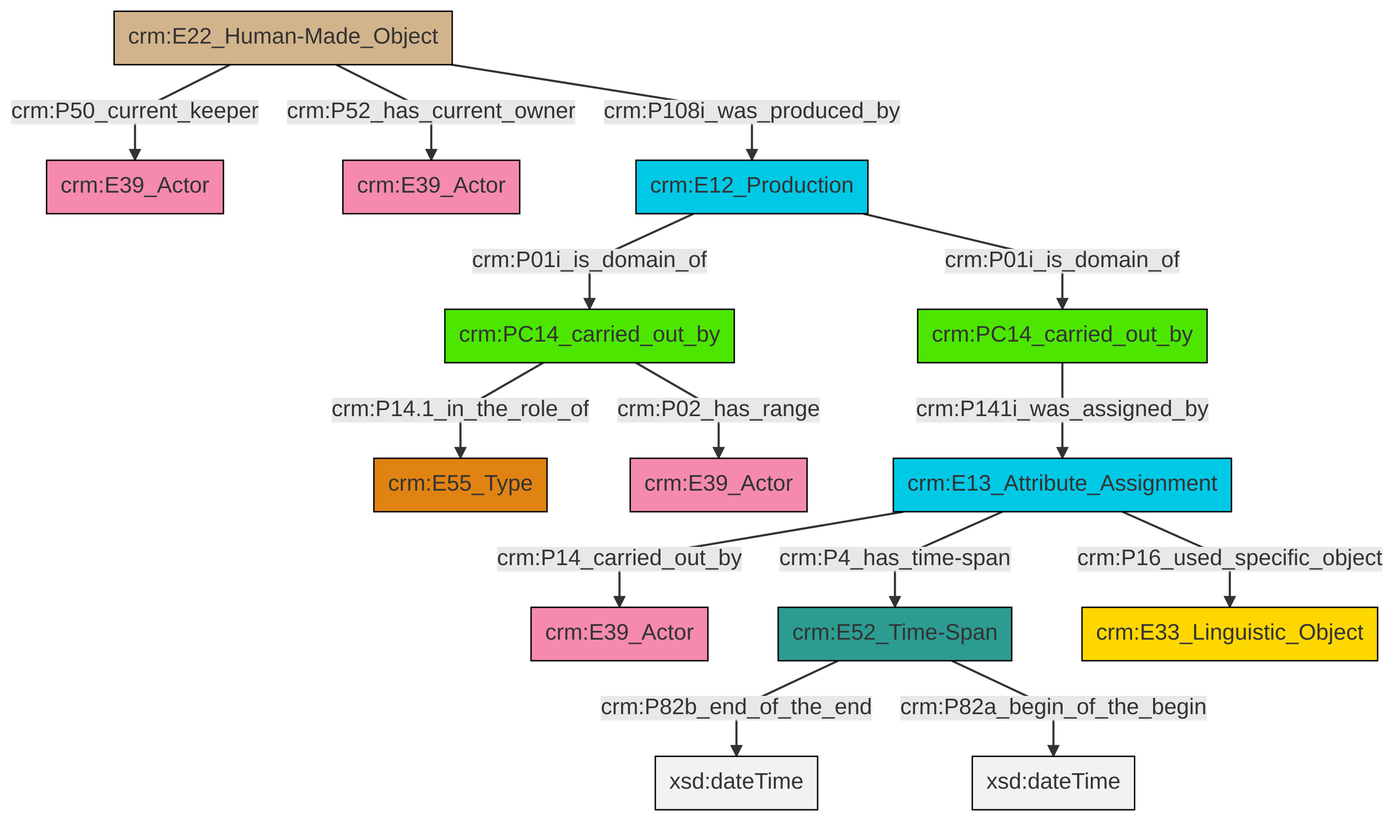
Earlier version of the Mermaid export et/carrierCSV/ttl/mmd/png/carrier_relations.png (swiss-art-research-net/docs.swissartresearch). Its source is kept beside it as et/carrierCSV/ttl/mmd/carrier_relations.ttl.mmd.
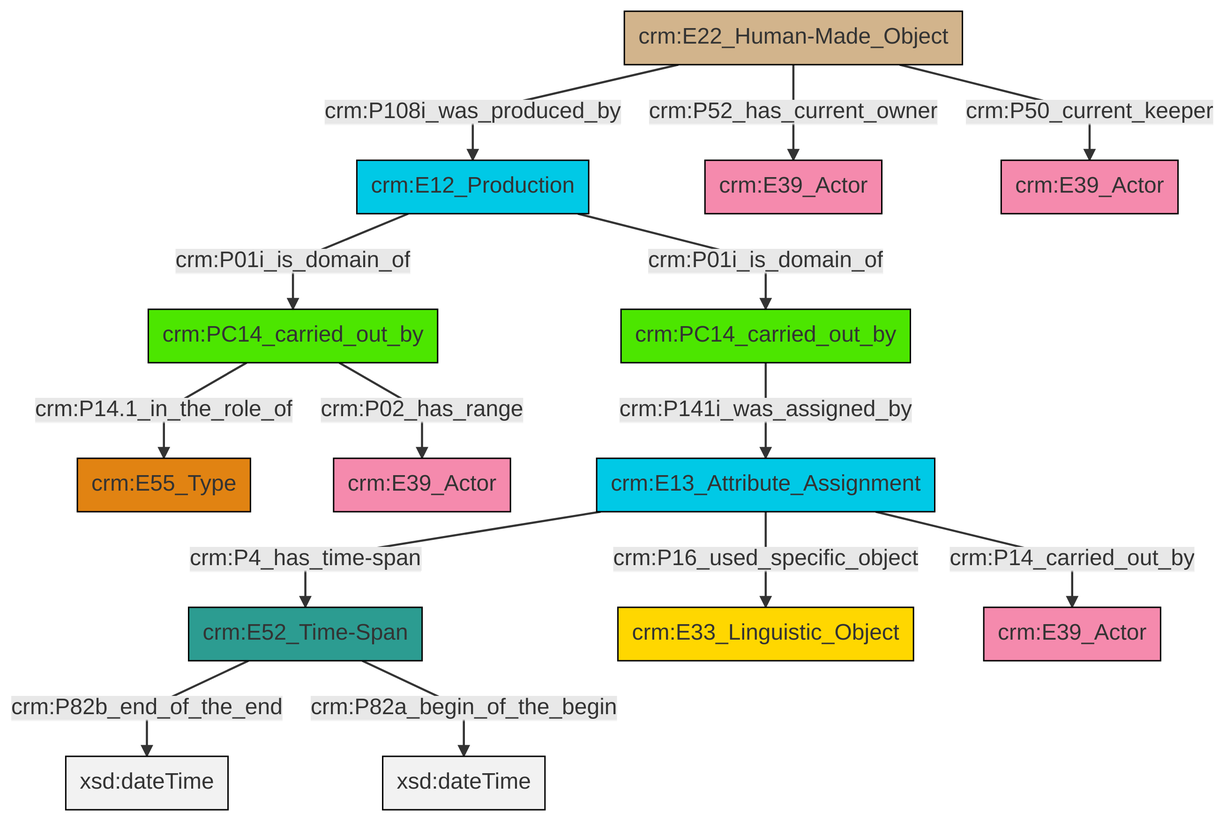
After the change.

Change to the diagram source:
```diff
@@ -13,16 +13,16 @@
 classDef PC_Classes fill:#4ce600, stroke:#000000;
 classDef Multi fill:#cccccc,stroke:#000000;
 
-2["crm:E13_Attribute_Assignment"]:::Temporal_Entity -->|crm:P14_carried_out_by| 3["crm:E39_Actor"]:::Actor
-7["crm:PC14_carried_out_by"]:::PC_Classes -->|crm:P14.1_in_the_role_of| 8["crm:E55_Type"]:::Type
-11["crm:E22_Human-Made_Object"]:::Physical_Thing -->|crm:P50_current_keeper| 5["crm:E39_Actor"]:::Actor
-7["crm:PC14_carried_out_by"]:::PC_Classes -->|crm:P02_has_range| 0["crm:E39_Actor"]:::Actor
-12["crm:E52_Time-Span"]:::Time-Span -->|crm:P82b_end_of_the_end| 13[xsd:dateTime]:::Literal
-11["crm:E22_Human-Made_Object"]:::Physical_Thing -->|crm:P52_has_current_owner| 14["crm:E39_Actor"]:::Actor
-11["crm:E22_Human-Made_Object"]:::Physical_Thing -->|crm:P108i_was_produced_by| 16["crm:E12_Production"]:::Temporal_Entity
-2["crm:E13_Attribute_Assignment"]:::Temporal_Entity -->|crm:P4_has_time-span| 12["crm:E52_Time-Span"]:::Time-Span
-2["crm:E13_Attribute_Assignment"]:::Temporal_Entity -->|crm:P16_used_specific_object| 9["crm:E33_Linguistic_Object"]:::Conceptual_Object
-16["crm:E12_Production"]:::Temporal_Entity -->|crm:P01i_is_domain_of| 7["crm:PC14_carried_out_by"]:::PC_Classes
-16["crm:E12_Production"]:::Temporal_Entity -->|crm:P01i_is_domain_of| 19["crm:PC14_carried_out_by"]:::PC_Classes
-19["crm:PC14_carried_out_by"]:::PC_Classes -->|crm:P141i_was_assigned_by| 2["crm:E13_Attribute_Assignment"]:::Temporal_Entity
-12["crm:E52_Time-Span"]:::Time-Span -->|crm:P82a_begin_of_the_begin| 22[xsd:dateTime]:::Literal
+0["crm:E12_Production"]:::Temporal_Entity -->|crm:P01i_is_domain_of| 1["crm:PC14_carried_out_by"]:::PC_Classes
+2["crm:PC14_carried_out_by"]:::PC_Classes -->|crm:P14.1_in_the_role_of| 3["crm:E55_Type"]:::Type
+4["crm:E22_Human-Made_Object"]:::Physical_Thing -->|crm:P52_has_current_owner| 5["crm:E39_Actor"]:::Actor
+2["crm:PC14_carried_out_by"]:::PC_Classes -->|crm:P02_has_range| 9["crm:E39_Actor"]:::Actor
+11["crm:E52_Time-Span"]:::Time-Span -->|crm:P82b_end_of_the_end| 12[xsd:dateTime]:::Literal
+11["crm:E52_Time-Span"]:::Time-Span -->|crm:P82a_begin_of_the_begin| 15[xsd:dateTime]:::Literal
+4["crm:E22_Human-Made_Object"]:::Physical_Thing -->|crm:P108i_was_produced_by| 0["crm:E12_Production"]:::Temporal_Entity
+1["crm:PC14_carried_out_by"]:::PC_Classes -->|crm:P141i_was_assigned_by| 16["crm:E13_Attribute_Assignment"]:::Temporal_Entity
+0["crm:E12_Production"]:::Temporal_Entity -->|crm:P01i_is_domain_of| 2["crm:PC14_carried_out_by"]:::PC_Classes
+16["crm:E13_Attribute_Assignment"]:::Temporal_Entity -->|crm:P16_used_specific_object| 18["crm:E33_Linguistic_Object"]:::Conceptual_Object
+16["crm:E13_Attribute_Assignment"]:::Temporal_Entity -->|crm:P4_has_time-span| 11["crm:E52_Time-Span"]:::Time-Span
+4["crm:E22_Human-Made_Object"]:::Physical_Thing -->|crm:P50_current_keeper| 13["crm:E39_Actor"]:::Actor
+16["crm:E13_Attribute_Assignment"]:::Temporal_Entity -->|crm:P14_carried_out_by| 21["crm:E39_Actor"]:::Actor
```
